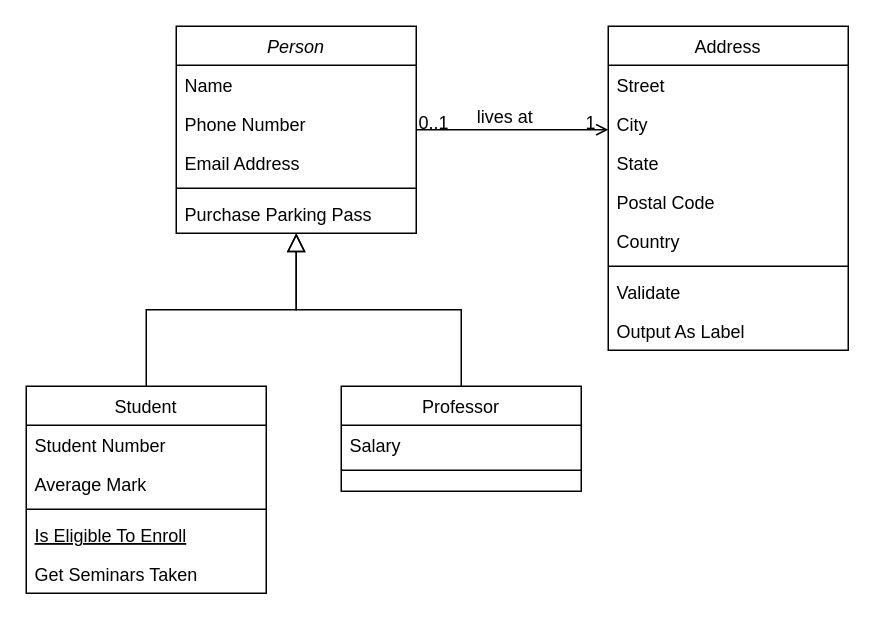
This is Períodos/2º Período/Engenharia de software - Flávio/Atividades/Diagrama sem nome.drawio from vbmelo-hub/IFAC, a draw.io file, before an edit. Source tidied: cells renumbered, new cells numbered last; positions are measured from the earlier drawing's top-left corner, leaving out a move shared by most shapes. Both pictures are drawn from the tidied source at 150%, with x=0, y=0 at pixel (26, 26).
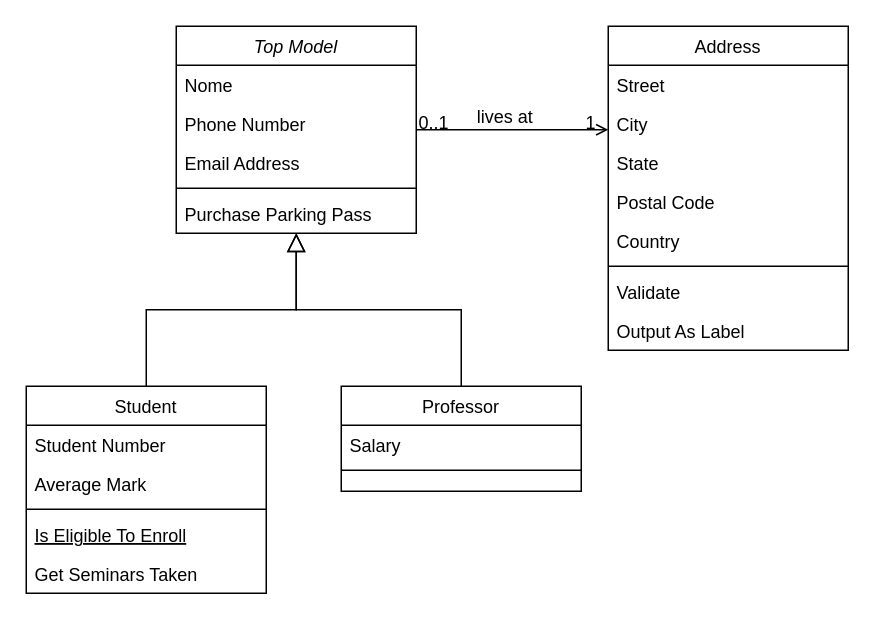
The same page after the edit.

The edit, as a diff of the source:
```diff
@@
-    <mxCell id="2" value="Person" style="swimlane;fontStyle=2;align=center;verticalAlign=top;horizontal=1;startSize=26;rounded=0;shadow=0;strokeWidth=1;" parent="1" vertex="1">
+    <mxCell id="2" value="Top Model" style="swimlane;fontStyle=2;align=center;verticalAlign=top;horizontal=1;startSize=26;rounded=0;shadow=0;strokeWidth=1;" parent="1" vertex="1">
       <mxGeometry x="100" width="160" height="138" as="geometry" />
     </mxCell>
-    <mxCell id="3" value="Name" style="text;align=left;verticalAlign=top;spacingLeft=4;spacingRight=4;overflow=hidden;" parent="2" vertex="1">
+    <mxCell id="3" value="Nome" style="text;align=left;verticalAlign=top;spacingLeft=4;spacingRight=4;overflow=hidden;" parent="2" vertex="1">
       <mxGeometry y="26" width="160" height="26" as="geometry" />
     </mxCell>
```
